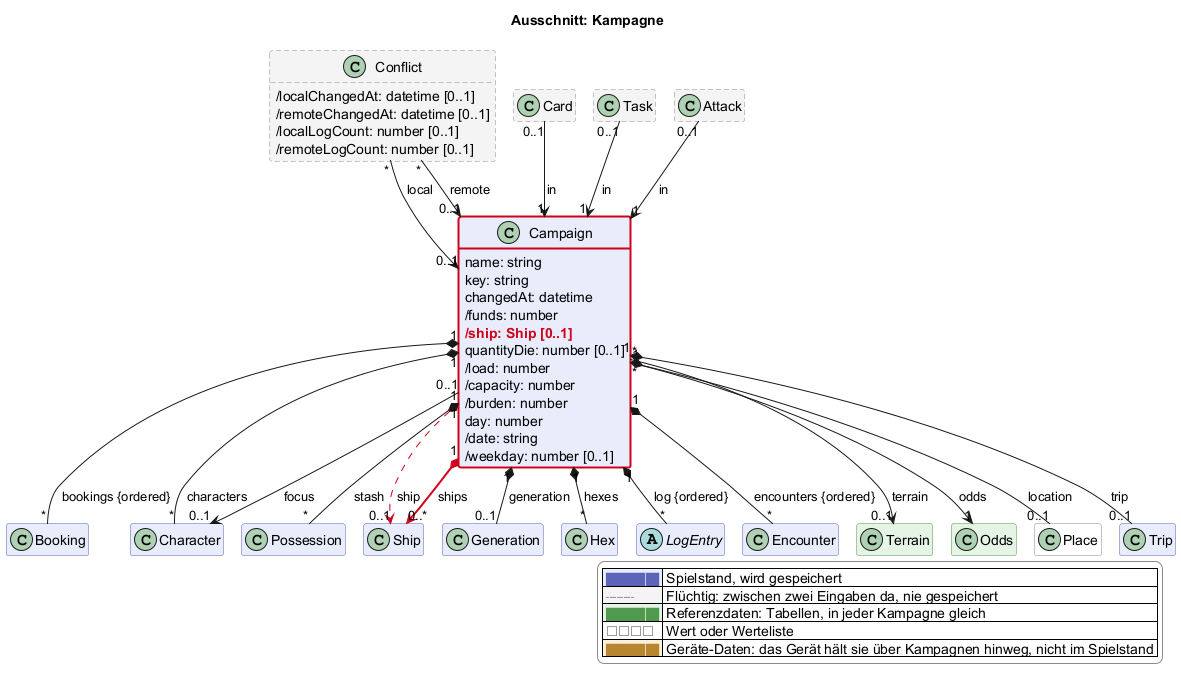
scuzzar/SRE keeps this PlantUML diagram as docs/views/kampagne.png. Above is the earlier version. The source it was exported from:
```plantuml
@startuml
!if %not(%variable_exists("$change"))
!$change = "*"
!endif
!function $marked($c)
!return $change == "*" || $change == $c
!endfunction
!function $new($c, $t)
!if $marked($c)
!return "<color:#d0021b><b>" + $t + "</b></color>"
!endif
!return $t
!endfunction
!procedure $gone($c, $t)
!if $marked($c)
<color:#d0021b><s>$t</s></color>
!endif
!endprocedure
!function $newClass($c)
!if $marked($c)
!return "#line:d0021b;line.bold"
!endif
!return ""
!endfunction
!function $newArrow($c)
!if $marked($c)
!return "[#d0021b,bold]"
!endif
!return ""
!endfunction
!function $goneArrow($c)
!if $marked($c)
!return "[#d0021b,dashed]"
!endif
!return ""
!endfunction
!pragma layout smetana
title Ausschnitt: Kampagne
hide empty members
hide methods
skinparam classAttributeIconSize 0
skinparam shadowing false
skinparam packageStyle rectangle
skinparam class {
  BackgroundColor #e8ecfb
  BorderColor #5b64b8
  BackgroundColor<<transient>> #f4f4f4
  BorderColor<<transient>> #8a8a8a
  BackgroundColor<<reference>> #e6f4e6
  BorderColor<<reference>> #4f9a4f
  BackgroundColor<<value>> #ffffff
  BorderColor<<value>> #8a8a8a
  BackgroundColor<<browser>> #fdf1dc
  BorderColor<<browser>> #b8862e
}
skinparam legendBackgroundColor #ffffff
skinparam legendBorderColor #8a8a8a
<style>
classDiagram {
  class {
    .transient {
      LineStyle 5-3
    }
  }
}
</style>
hide <<transient>> stereotype
hide <<reference>> stereotype
hide <<value>> stereotype
hide <<browser>> stereotype

  class Campaign $kampagne {
    name: string
    key: string
    changedAt: datetime
    /funds: number
    $new("2026-11-16c", "/ship: Ship [0..1]")
    quantityDie: number [0..1]
    /load: number
    /capacity: number
    /burden: number
    day: number
    /date: string
    /weekday: number [0..1]
  }
  class Booking $shop
  class Character $charakter
  class Possession $shop

  class Ship $schiffe

  class Generation $erschaffung

  class Hex $sektor

  abstract class LogEntry $probe


  class Conflict <<transient>> $kampagne {
    /localChangedAt: datetime [0..1]
    /remoteChangedAt: datetime [0..1]
    /localLogCount: number [0..1]
    /remoteLogCount: number [0..1]
  }
  class Card <<transient>> $karte
  class Task <<transient>> $probe
  class Attack <<transient>> $kampf
  class Encounter $begegnung
  class Terrain <<reference>> $begegnung

  class Odds <<reference>> $karte
  class Place <<value>> $oberflaeche
  class Trip $logistik

Campaign "1" *-- "*" Character : characters
Campaign "*" --> "1" Odds : odds
Campaign "0..1" --> "0..1" Character : focus
Campaign "1" *-- "*" LogEntry : log {ordered}
Campaign "1" *-- "0..1" Place : location
Campaign "1" *-- "*" Booking : bookings {ordered}
Conflict "*" --> "0..1" Campaign : local
Conflict "*" --> "0..1" Campaign : remote

Campaign "1" *-$goneArrow("2026-11-16c")-> "0..1" Ship : ship
Campaign "1" *-$newArrow("2026-11-16c")-> "0..*" Ship : ships


Campaign "1" *-- "0..1" Generation : generation


Campaign "1" *-- "*" Hex : hexes
Campaign "1" *-- "0..1" Trip : trip

Campaign "1" *-- "*" Possession : stash



Task "0..1" --> "1" Campaign : in

Attack "0..1" --> "1" Campaign : in

Campaign "1" *-- "*" Encounter : encounters {ordered}
Campaign "*" --> "0..1" Terrain : terrain

Card "0..1" --> "1" Campaign : in


legend right
  |<#e8ecfb> <color:#5b64b8>████</color> | Spielstand, wird gespeichert |
  |<#f4f4f4> <color:#8a8a8a>╌╌╌╌</color> | Flüchtig: zwischen zwei Eingaben da, nie gespeichert |
  |<#e6f4e6> <color:#4f9a4f>████</color> | Referenzdaten: Tabellen, in jeder Kampagne gleich |
  |<#ffffff> <color:#8a8a8a>□□□□</color> | Wert oder Werteliste |
  |<#fdf1dc> <color:#b8862e>████</color> | Geräte-Daten: das Gerät hält sie über Kampagnen hinweg, nicht im Spielstand |
endlegend
class Campaign #line:d0021b;line.bold
@enduml
```
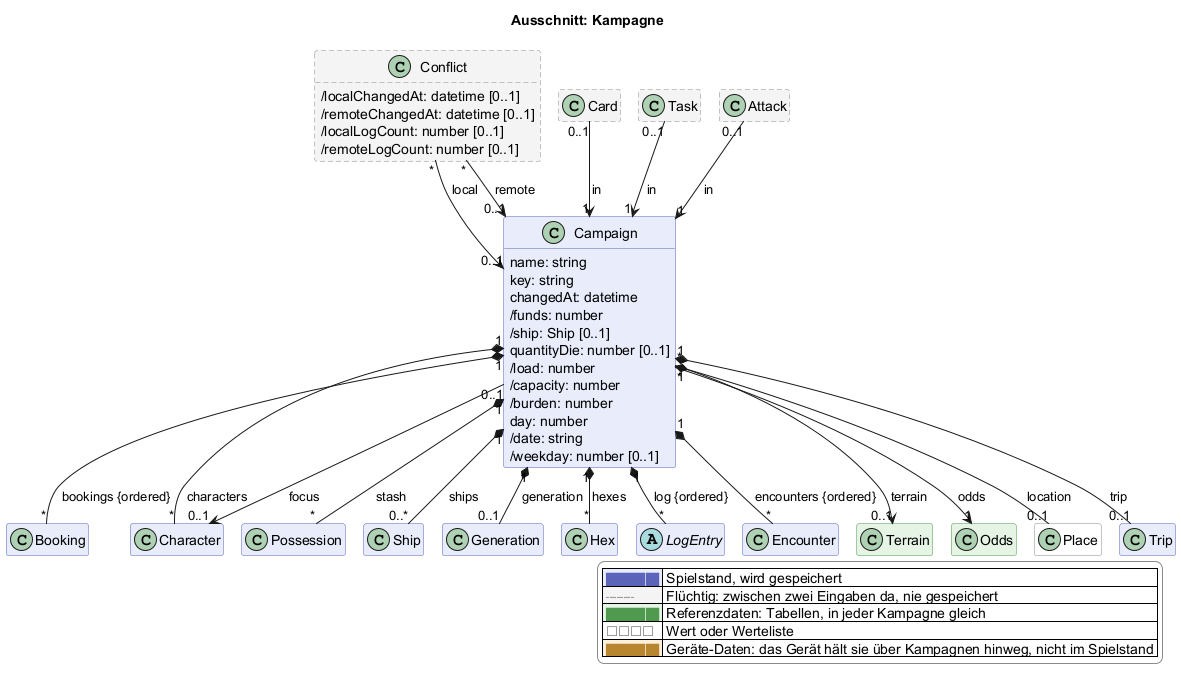
The same file after the commit.

The edit, as a diff of the source:
```diff
@@ -74,7 +74,7 @@
     key: string
     changedAt: datetime
     /funds: number
-    $new("2026-11-16c", "/ship: Ship [0..1]")
+    /ship: Ship [0..1]
     quantityDie: number [0..1]
     /load: number
     /capacity: number
@@ -121,8 +121,7 @@
 Conflict "*" --> "0..1" Campaign : local
 Conflict "*" --> "0..1" Campaign : remote
 
-Campaign "1" *-$goneArrow("2026-11-16c")-> "0..1" Ship : ship
-Campaign "1" *-$newArrow("2026-11-16c")-> "0..*" Ship : ships
+Campaign "1" *-- "0..*" Ship : ships
 
 
 Campaign "1" *-- "0..1" Generation : generation
@@ -152,5 +151,4 @@
   |<#ffffff> <color:#8a8a8a>□□□□</color> | Wert oder Werteliste |
   |<#fdf1dc> <color:#b8862e>████</color> | Geräte-Daten: das Gerät hält sie über Kampagnen hinweg, nicht im Spielstand |
 endlegend
-class Campaign #line:d0021b;line.bold
 @enduml
```
